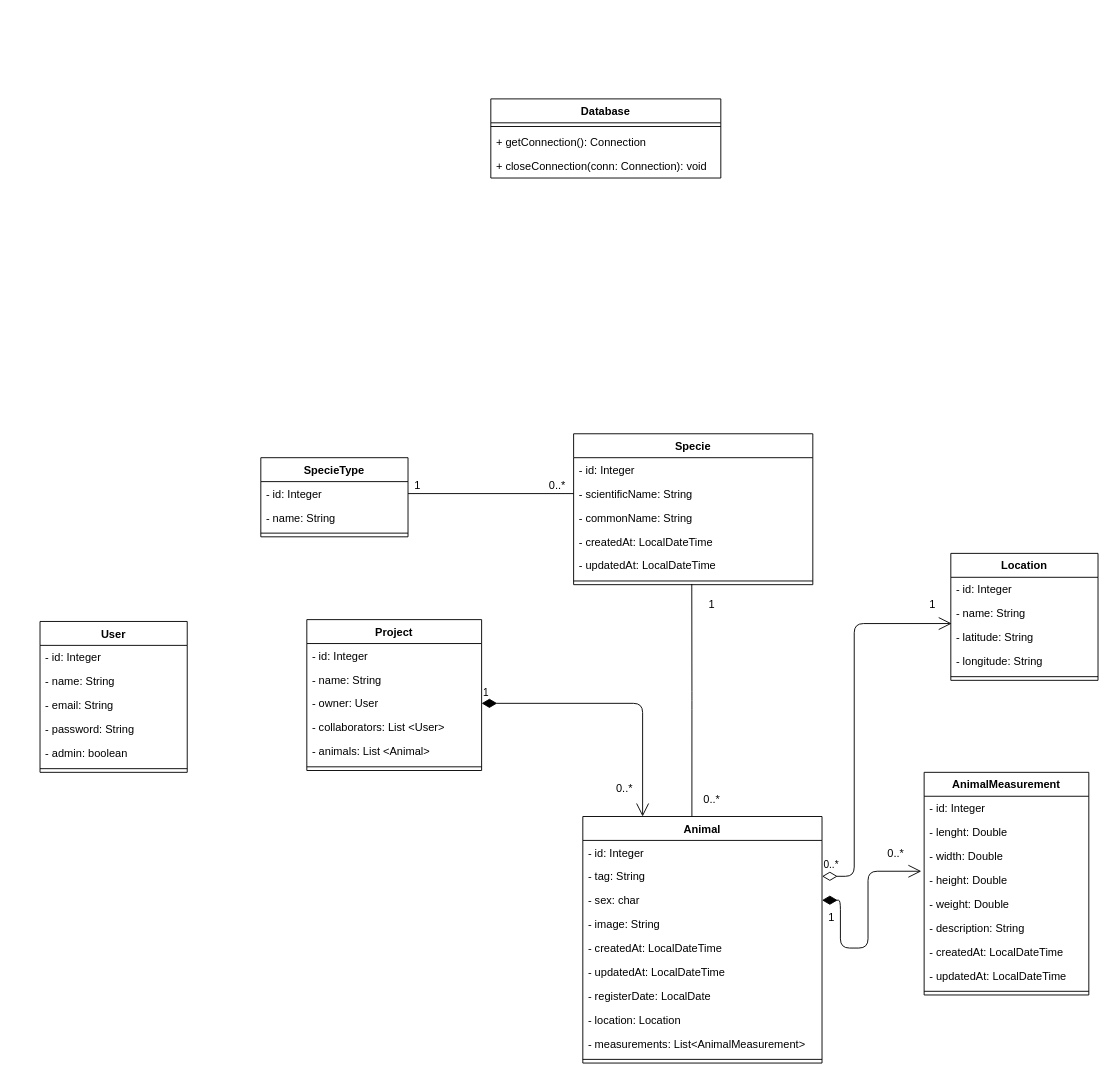
This is doc/monFaunaUML.drawio from Shoku89/MonFaunaAPI, a draw.io file, before an edit. Source tidied: cells renumbered, new cells numbered last; positions are measured from the earlier drawing's top-left corner, leaving out a move shared by most shapes. Both pictures are drawn from the tidied source at 92%, with x=0, y=0 at pixel (40, 98).
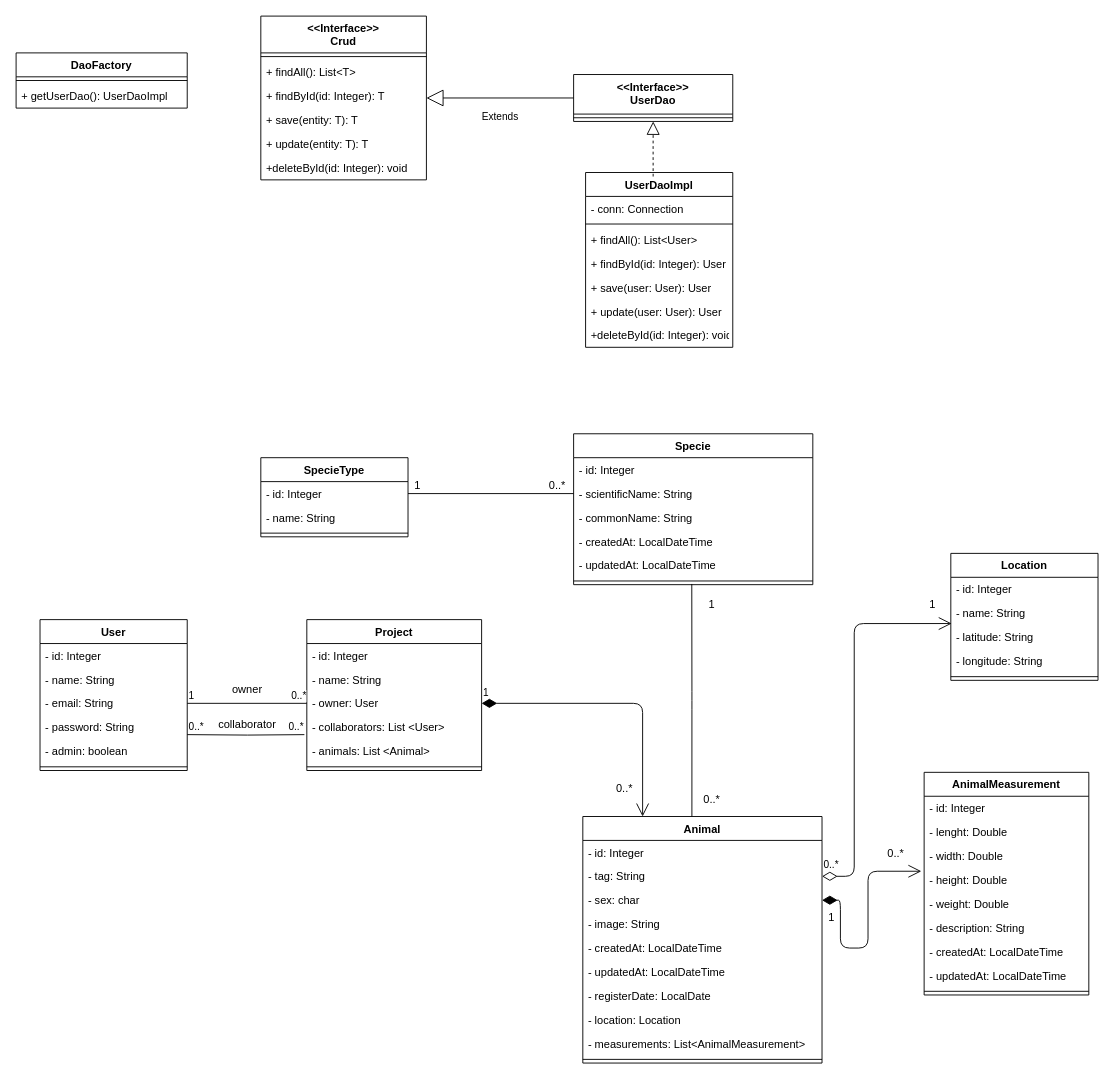
The same page after the edit.

Unchanged cells that the change refers to:
```xml
<mxCell id="19" value="- collaborators: List &lt;User&gt;" style="text;strokeColor=none;fillColor=none;align=left;verticalAlign=top;spacingLeft=4;spacingRight=4;overflow=hidden;points=[[0,0.5],[1,0.5]];portConstraint=eastwest;" parent="15" vertex="1">
  <mxGeometry y="104" width="190" height="26" as="geometry" />
</mxCell>
```

What changed in the source:
```diff
@@
     <mxCell id="8" value="User" style="swimlane;fontStyle=1;align=center;verticalAlign=top;horizontal=1;startSize=26;" parent="1" vertex="1">
-      <mxGeometry y="568" width="160" height="164" as="geometry" />
+      <mxGeometry y="566" width="160" height="164" as="geometry" />
     </mxCell>
@@
-    <mxCell id="67" value="Database" style="swimlane;fontStyle=1;align=center;verticalAlign=top;horizontal=1;startSize=26;" parent="1" vertex="1">
-      <mxGeometry x="490" width="250" height="86" as="geometry" />
-    </mxCell>
-    <mxCell id="68" style="line;strokeWidth=1;fillColor=none;align=left;verticalAlign=middle;spacingTop=-1;spacingLeft=3;spacingRight=3;labelPosition=right;" parent="67" vertex="1">
-      <mxGeometry y="26" width="250" height="8" as="geometry" />
-    </mxCell>
-    <mxCell id="69" value="+ getConnection(): Connection" style="text;strokeColor=none;fillColor=none;align=left;verticalAlign=top;spacingLeft=4;spacingRight=4;overflow=hidden;" parent="67" vertex="1">
-      <mxGeometry y="34" width="250" height="26" as="geometry" />
-    </mxCell>
-    <mxCell id="70" value="+ closeConnection(conn: Connection): void" style="text;strokeColor=none;fillColor=none;align=left;verticalAlign=top;spacingLeft=4;spacingRight=4;overflow=hidden;" parent="67" vertex="1">
-      <mxGeometry y="60" width="250" height="26" as="geometry" />
-    </mxCell>
+    <mxCell id="71" value="DaoFactory" style="swimlane;fontStyle=1;align=center;verticalAlign=top;horizontal=1;startSize=26;fillColor=#ffffff;" parent="1" vertex="1">
+      <mxGeometry x="-26" y="-50" width="186" height="60" as="geometry" />
+    </mxCell>
+    <mxCell id="72" style="line;strokeWidth=1;fillColor=none;align=left;verticalAlign=middle;spacingTop=-1;spacingLeft=3;spacingRight=3;labelPosition=right;" parent="71" vertex="1">
+      <mxGeometry y="26" width="186" height="8" as="geometry" />
+    </mxCell>
+    <mxCell id="73" value="+ getUserDao(): UserDaoImpl" style="text;strokeColor=none;fillColor=none;align=left;verticalAlign=top;spacingLeft=4;spacingRight=4;overflow=hidden;" parent="71" vertex="1">
+      <mxGeometry y="34" width="186" height="26" as="geometry" />
+    </mxCell>
+    <mxCell id="74" value="&lt;&lt;Interface&gt;&gt;&#10;Crud" style="swimlane;fontStyle=1;align=center;verticalAlign=top;horizontal=1;startSize=40;fillColor=#ffffff;" parent="1" vertex="1">
+      <mxGeometry x="240" y="-90" width="180" height="178" as="geometry" />
+    </mxCell>
+    <mxCell id="75" style="line;strokeWidth=1;fillColor=none;align=left;verticalAlign=middle;spacingTop=-1;spacingLeft=3;spacingRight=3;labelPosition=right;" parent="74" vertex="1">
+      <mxGeometry y="40" width="180" height="8" as="geometry" />
+    </mxCell>
+    <mxCell id="76" value="+ findAll(): List&lt;T&gt;" style="text;strokeColor=none;fillColor=none;align=left;verticalAlign=top;spacingLeft=4;spacingRight=4;overflow=hidden;" parent="74" vertex="1">
+      <mxGeometry y="48" width="180" height="26" as="geometry" />
+    </mxCell>
+    <mxCell id="77" value="+ findById(id: Integer): T" style="text;strokeColor=none;fillColor=none;align=left;verticalAlign=top;spacingLeft=4;spacingRight=4;overflow=hidden;points=[[0,0.5],[1,0.5]];portConstraint=eastwest;" parent="74" vertex="1">
+      <mxGeometry y="74" width="180" height="26" as="geometry" />
+    </mxCell>
+    <mxCell id="78" value="+ save(entity: T): T" style="text;strokeColor=none;fillColor=none;align=left;verticalAlign=top;spacingLeft=4;spacingRight=4;overflow=hidden;" parent="74" vertex="1">
+      <mxGeometry y="100" width="180" height="26" as="geometry" />
+    </mxCell>
+    <mxCell id="79" value="+ update(entity: T): T" style="text;strokeColor=none;fillColor=none;align=left;verticalAlign=top;spacingLeft=4;spacingRight=4;overflow=hidden;" parent="74" vertex="1">
+      <mxGeometry y="126" width="180" height="26" as="geometry" />
+    </mxCell>
+    <mxCell id="80" value="+deleteById(id: Integer): void" style="text;strokeColor=none;fillColor=none;align=left;verticalAlign=top;spacingLeft=4;spacingRight=4;overflow=hidden;" parent="74" vertex="1">
+      <mxGeometry y="152" width="180" height="26" as="geometry" />
+    </mxCell>
+    <mxCell id="81" value="&lt;&lt;Interface&gt;&gt;&#10;UserDao&#10;" style="swimlane;fontStyle=1;align=center;verticalAlign=top;horizontal=1;startSize=43;fillColor=#ffffff;" parent="1" vertex="1">
+      <mxGeometry x="580" y="-26.5" width="173" height="51" as="geometry" />
+    </mxCell>
+    <mxCell id="82" style="line;strokeWidth=1;fillColor=none;align=left;verticalAlign=middle;spacingTop=-1;spacingLeft=3;spacingRight=3;labelPosition=right;" parent="81" vertex="1">
+      <mxGeometry y="43" width="173" height="8" as="geometry" />
+    </mxCell>
+    <mxCell id="83" value="UserDaoImpl" style="swimlane;fontStyle=1;align=center;verticalAlign=top;horizontal=1;startSize=26;fillColor=#ffffff;" parent="1" vertex="1">
+      <mxGeometry x="593" y="80" width="160" height="190" as="geometry" />
+    </mxCell>
+    <mxCell id="84" value="- conn: Connection" style="text;strokeColor=none;fillColor=none;align=left;verticalAlign=top;spacingLeft=4;spacingRight=4;overflow=hidden;" parent="83" vertex="1">
+      <mxGeometry y="26" width="160" height="26" as="geometry" />
+    </mxCell>
+    <mxCell id="85" style="line;strokeWidth=1;fillColor=none;align=left;verticalAlign=middle;spacingTop=-1;spacingLeft=3;spacingRight=3;labelPosition=right;" parent="83" vertex="1">
+      <mxGeometry y="52" width="160" height="8" as="geometry" />
+    </mxCell>
+    <mxCell id="86" value="+ findAll(): List&lt;User&gt;" style="text;strokeColor=none;fillColor=none;align=left;verticalAlign=top;spacingLeft=4;spacingRight=4;overflow=hidden;" parent="83" vertex="1">
+      <mxGeometry y="60" width="160" height="26" as="geometry" />
+    </mxCell>
+    <mxCell id="87" value="+ findById(id: Integer): User" style="text;strokeColor=none;fillColor=none;align=left;verticalAlign=top;spacingLeft=4;spacingRight=4;overflow=hidden;" parent="83" vertex="1">
+      <mxGeometry y="86" width="160" height="26" as="geometry" />
+    </mxCell>
+    <mxCell id="88" value="+ save(user: User): User" style="text;strokeColor=none;fillColor=none;align=left;verticalAlign=top;spacingLeft=4;spacingRight=4;overflow=hidden;" parent="83" vertex="1">
+      <mxGeometry y="112" width="160" height="26" as="geometry" />
+    </mxCell>
+    <mxCell id="89" value="+ update(user: User): User" style="text;strokeColor=none;fillColor=none;align=left;verticalAlign=top;spacingLeft=4;spacingRight=4;overflow=hidden;" parent="83" vertex="1">
+      <mxGeometry y="138" width="160" height="26" as="geometry" />
+    </mxCell>
+    <mxCell id="90" value="+deleteById(id: Integer): void" style="text;strokeColor=none;fillColor=none;align=left;verticalAlign=top;spacingLeft=4;spacingRight=4;overflow=hidden;" parent="83" vertex="1">
+      <mxGeometry y="164" width="160" height="26" as="geometry" />
+    </mxCell>
+    <mxCell id="91" value="Extends" style="endArrow=block;endSize=16;endFill=0;html=1;rounded=0;edgeStyle=orthogonalEdgeStyle;entryX=1;entryY=0.577;entryDx=0;entryDy=0;entryPerimeter=0;exitX=0;exitY=0.5;exitDx=0;exitDy=0;" parent="1" edge="1" source="81" target="77">
+      <mxGeometry y="20" relative="1" as="geometry" />
+    </mxCell>
+    <mxCell id="92" style="endArrow=block;dashed=1;endFill=0;endSize=12;html=1;rounded=0;edgeStyle=orthogonalEdgeStyle;entryX=0.5;entryY=1;entryDx=0;entryDy=0;exitX=0.459;exitY=0.023;exitDx=0;exitDy=0;exitPerimeter=0;" parent="1" edge="1" source="83" target="81">
+      <mxGeometry relative="1" as="geometry" />
+    </mxCell>
+    <mxCell id="93" style="endArrow=none;html=1;edgeStyle=orthogonalEdgeStyle;rounded=0;" parent="1" edge="1">
+      <mxGeometry relative="1" as="geometry">
+        <mxPoint x="160" y="657" as="sourcePoint" />
+        <mxPoint x="290" y="657" as="targetPoint" />
+      </mxGeometry>
+    </mxCell>
+    <mxCell id="94" value="1" style="edgeLabel;html=1;align=left;verticalAlign=bottom;" parent="93" vertex="1">
+      <mxGeometry x="-1" relative="1" as="geometry" />
+    </mxCell>
+    <mxCell id="95" value="0..*" style="edgeLabel;html=1;align=right;verticalAlign=bottom;" parent="93" vertex="1">
+      <mxGeometry x="1" relative="1" as="geometry" />
+    </mxCell>
+    <mxCell id="96" value="owner" style="text;html=1;align=center;verticalAlign=middle;fillColor=none;strokeColor=none;rounded=0;" parent="1" vertex="1">
+      <mxGeometry x="200" y="632" width="50" height="20" as="geometry" />
+    </mxCell>
+    <mxCell id="97" style="endArrow=none;html=1;edgeStyle=orthogonalEdgeStyle;rounded=0;entryX=-0.014;entryY=0.808;entryDx=0;entryDy=0;entryPerimeter=0;" parent="1" edge="1" target="19">
+      <mxGeometry relative="1" as="geometry">
+        <mxPoint x="160" y="691" as="sourcePoint" />
+      </mxGeometry>
+    </mxCell>
+    <mxCell id="98" value="0..*" style="edgeLabel;html=1;align=left;verticalAlign=bottom;" parent="97" vertex="1">
+      <mxGeometry x="-1" relative="1" as="geometry" />
+    </mxCell>
+    <mxCell id="99" value="0..*" style="edgeLabel;html=1;align=right;verticalAlign=bottom;" parent="97" vertex="1">
+      <mxGeometry x="1" relative="1" as="geometry" />
+    </mxCell>
+    <mxCell id="100" value="collaborator" style="text;html=1;align=center;verticalAlign=middle;fillColor=none;strokeColor=none;rounded=0;" parent="1" vertex="1">
+      <mxGeometry x="185" y="670" width="80" height="20" as="geometry" />
+    </mxCell>
```
